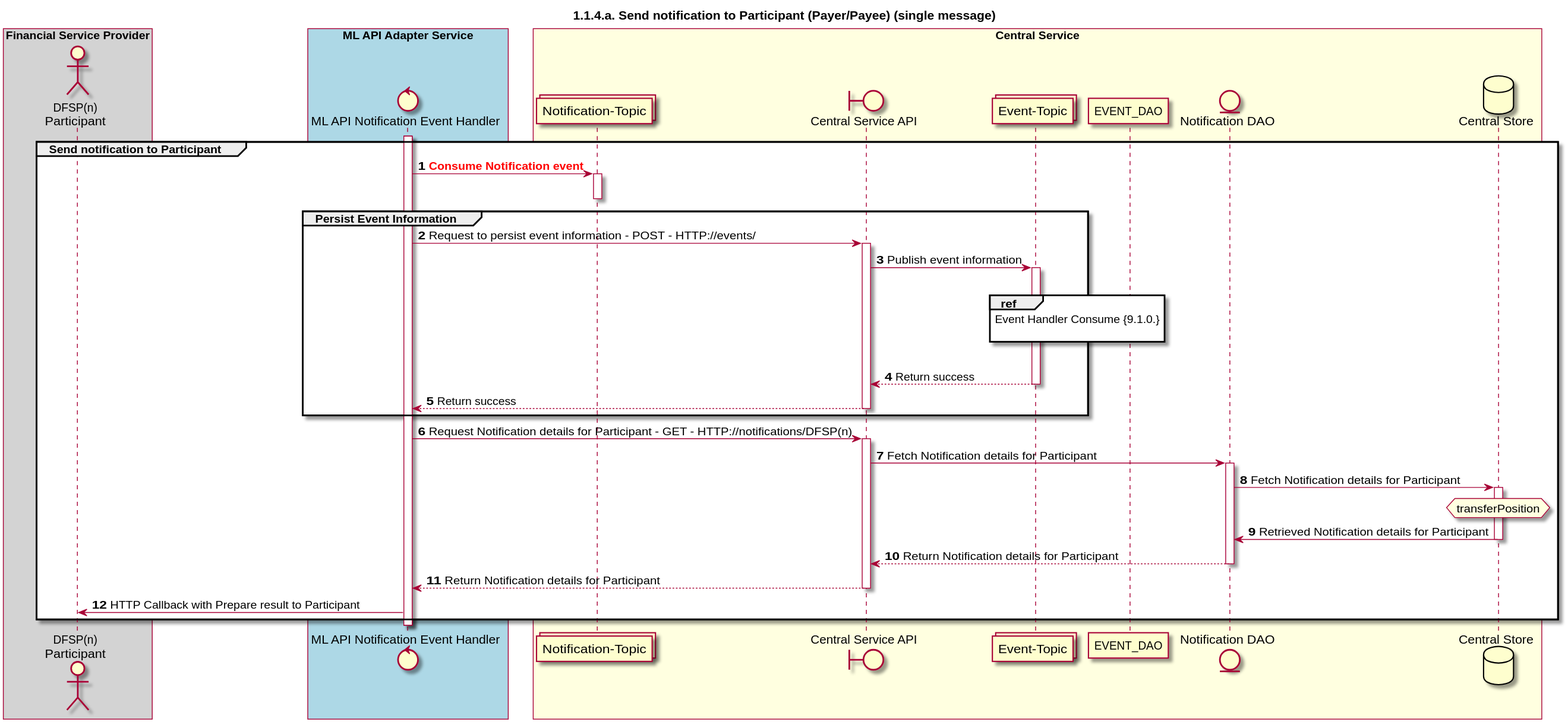
Above: CentralServices/seq_diagrams/seq-prepare-1.1.4.a.svg in ggrg/docs (PlantUML), before the change.
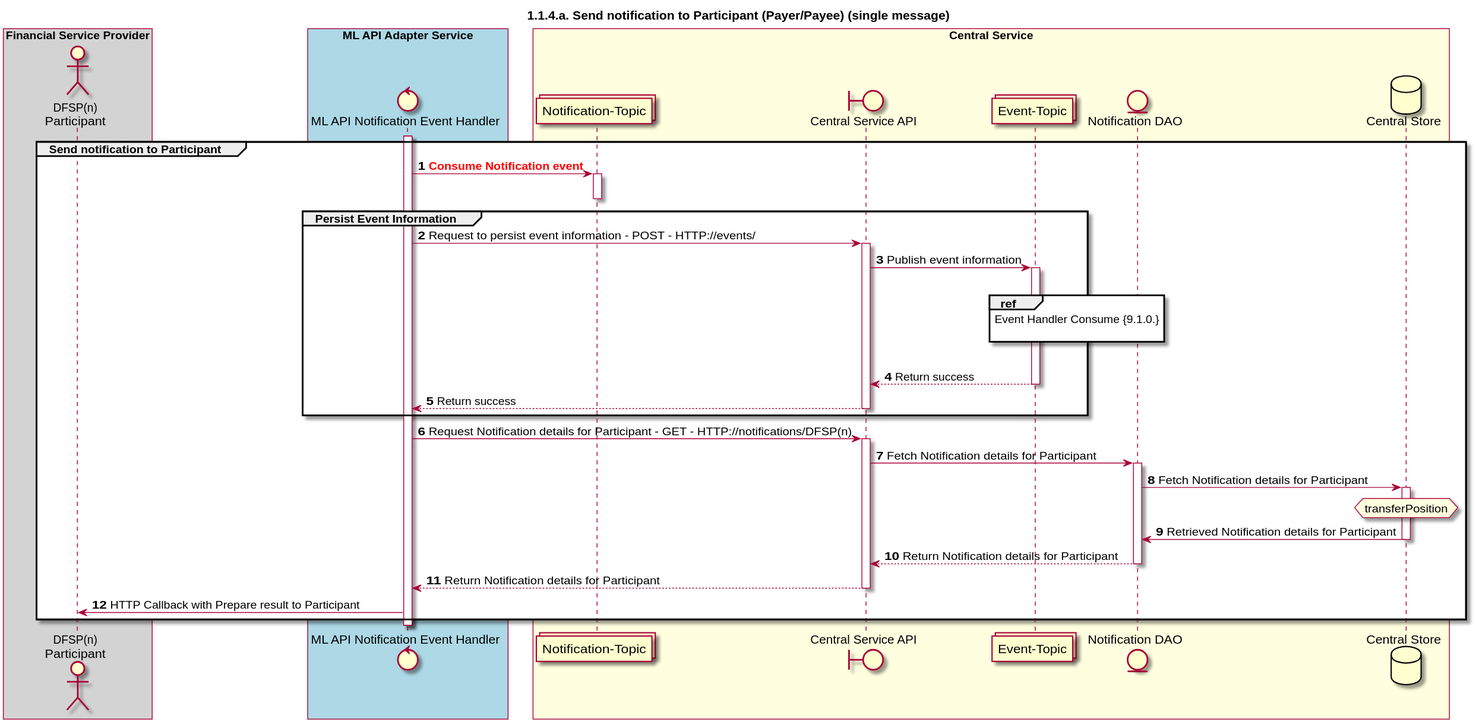
After the commit.

What changed in the source:
```diff
@@ -24,7 +24,6 @@
 participant TOPIC_NOTIFICATIONS
     participant CSAPI
     participant TOPIC_EVENTS
-    participant EVENT_DAO
     participant NOTIFY_DAO
     participant DB
 end box
```
